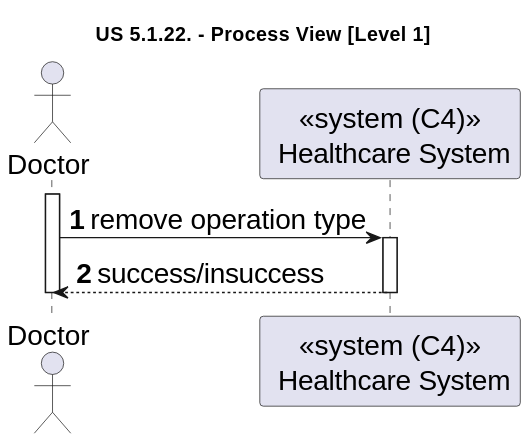
This is docs/sprint-2/1220841/us-6.2.20/diagrams/level-1-process-view.svg from rita-barbosa/LAPR5-2425, a PlantUML export, as it was before one commit. Source of this version:
```plantuml
@startuml
skinparamlocked defaultFontSize 20

title "US 5.1.22. - Process View [Level 1]"

autonumber

actor Doctor as ADM
participant "<<system (C4)>>\n Healthcare System" as SYS

activate ADM
ADM -> SYS : remove operation type
activate SYS

SYS --> ADM : success/insuccess
deactivate SYS
deactivate ADM
@enduml
```
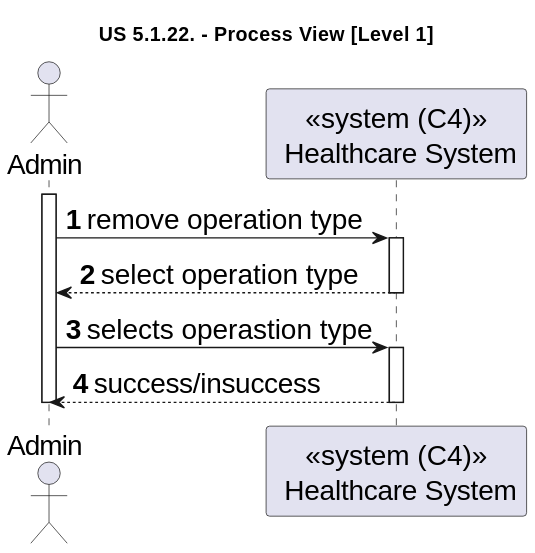
Above is the later version.

Commit message:
DG38-414 | docs: updates process view diagrams.

Diff of the diagram source:
```diff
@@ -5,13 +5,19 @@
 
 autonumber
 
-actor Doctor as ADM
+actor Admin as ADM
 participant "<<system (C4)>>\n Healthcare System" as SYS
 
 activate ADM
 ADM -> SYS : remove operation type
 activate SYS
 
+SYS --> ADM : select operation type
+deactivate SYS
+
+ADM -> SYS: selects operastion type
+activate SYS
+
 SYS --> ADM : success/insuccess
 deactivate SYS
 deactivate ADM
```
